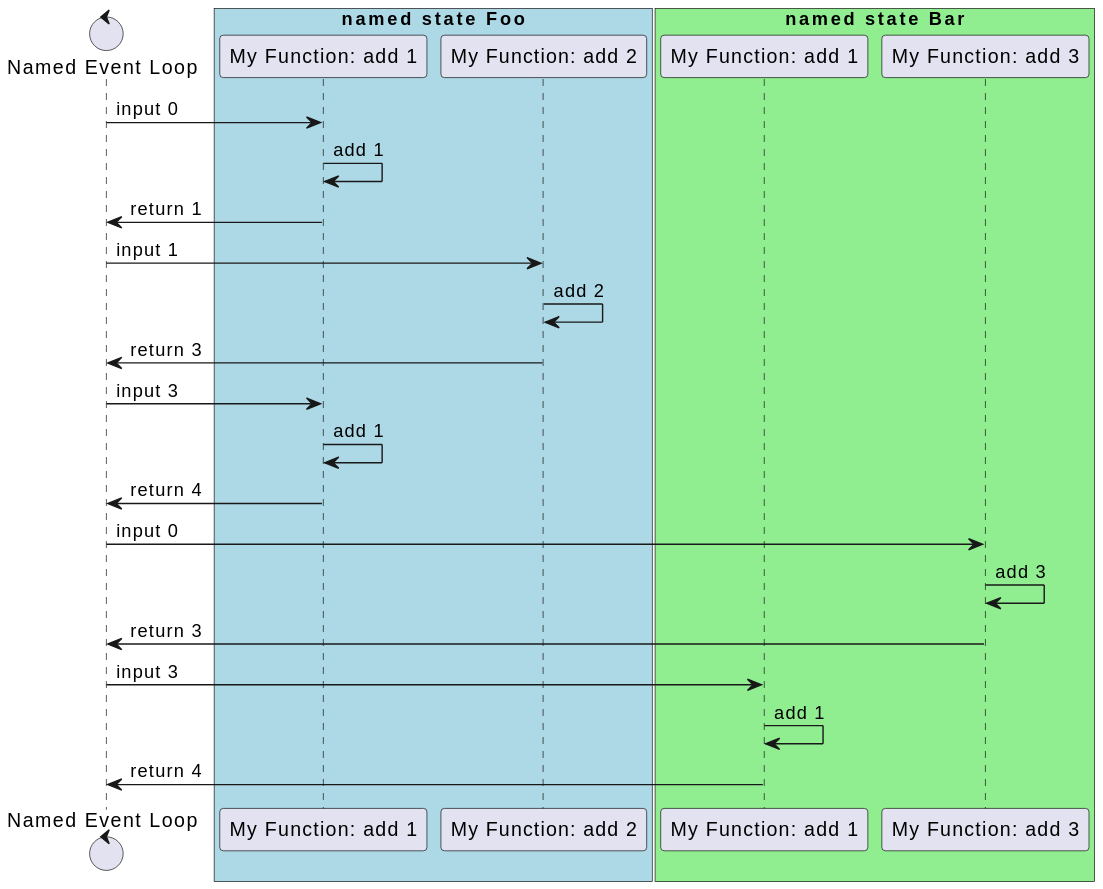
Before: docs/named-state-sequence.svg, a diagram exported from PlantUML (functional-sc/ulisp-managed-state-event-loop). The source it was exported from:
```plantuml
@startuml
control "Named Event Loop" as el

box "named state Foo" #LightBlue
participant "My Function: add 1" as my1
participant "My Function: add 2" as my2
end box

box "named state Bar" #LightGreen
participant "My Function: add 1" as my4
participant "My Function: add 3" as my3
end box

el  -> my1 : input 0
my1 -> my1 : add 1
el  <- my1 : return 1


el ->  my2 : input 1
my2 -> my2 : add 2
el  <- my2 : return 3


el -> my1  : input 3
my1 -> my1 : add 1
el  <- my1 : return 4


el ->  my3 : input 0
my3 -> my3 : add 3
el  <- my3 : return 3

el ->  my4 : input 3
my4 -> my4 : add 1
el  <- my4 : return 4
@enduml
```
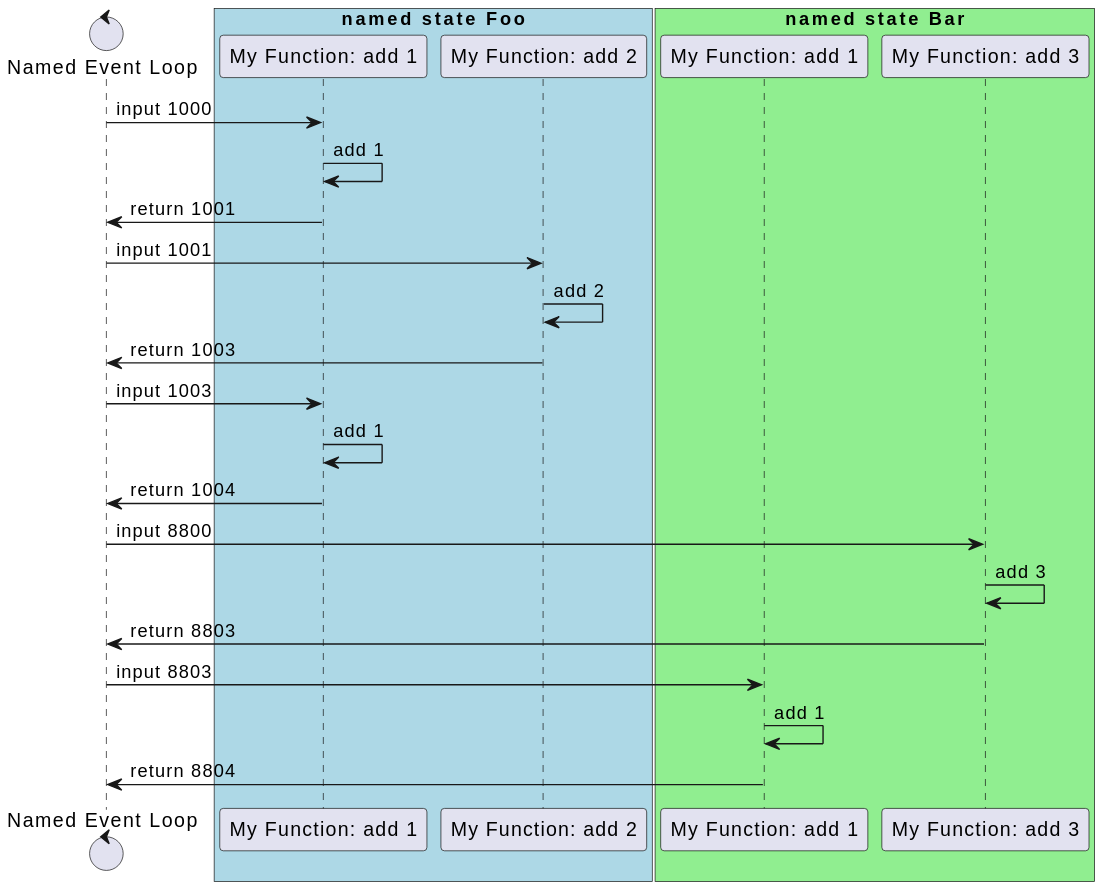
Later version of the same file.

Change to the diagram source:
```diff
@@ -11,26 +11,26 @@
 participant "My Function: add 3" as my3
 end box
 
-el  -> my1 : input 0
+el  -> my1 : input 1000
 my1 -> my1 : add 1
-el  <- my1 : return 1
+el  <- my1 : return 1001
 
 
-el ->  my2 : input 1
+el ->  my2 : input 1001
 my2 -> my2 : add 2
-el  <- my2 : return 3
+el  <- my2 : return 1003
 
 
-el -> my1  : input 3
+el -> my1  : input 1003
 my1 -> my1 : add 1
-el  <- my1 : return 4
+el  <- my1 : return 1004
 
 
-el ->  my3 : input 0
+el ->  my3 : input 8800
 my3 -> my3 : add 3
-el  <- my3 : return 3
+el  <- my3 : return 8803
 
-el ->  my4 : input 3
+el ->  my4 : input 8803
 my4 -> my4 : add 1
-el  <- my4 : return 4
+el  <- my4 : return 8804
 @enduml
```
